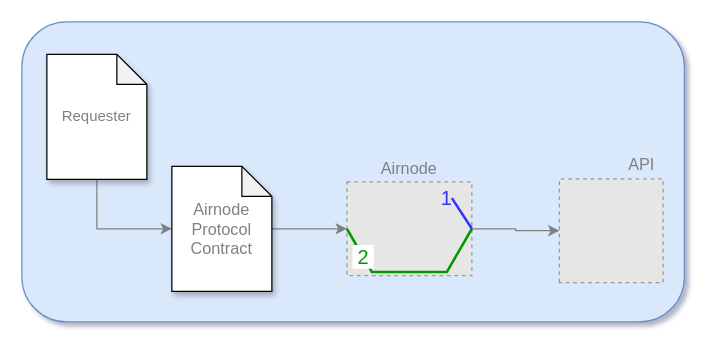
This is docs/reference/airnode/latest/assets/diagrams/security-schemes.drawio from api3dao/vitepress-docs, a draw.io file, before an edit. Source tidied: cells renumbered, new cells numbered last; positions are measured from the earlier drawing's top-left corner, leaving out a move shared by most shapes. Both pictures are drawn from the tidied source at 125%, with x=0, y=0 at pixel (21, 21). Pictures stored in the file or linked from it are replaced by grey dashed boxes.
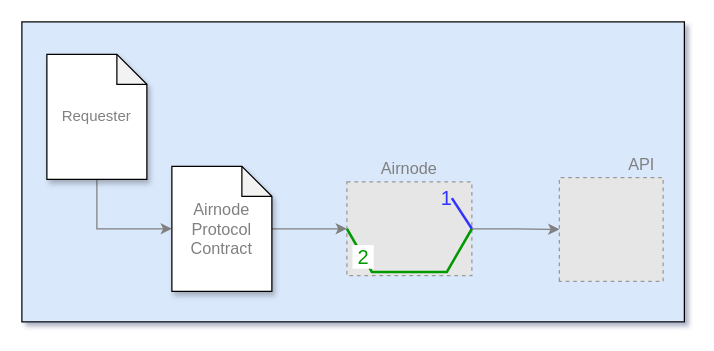
After the change.

What changed in the source:
```diff
@@
 <mxGraphModel shadow="1">
   <root>
     <mxCell id="0" />
     <mxCell id="1" parent="0" />
-    <mxCell id="2" style="rounded=1;whiteSpace=wrap;html=1;fillColor=#dae8fc;strokeColor=#6c8ebf;" parent="1" vertex="1">
+    <mxCell id="2" style="rounded=0;whiteSpace=wrap;html=1;fillColor=#dae8fc;strokeColor=default;shadow=0;" parent="1" vertex="1">
       <mxGeometry width="530" height="240" as="geometry" />
     </mxCell>
     <mxCell id="3" style="edgeStyle=orthogonalEdgeStyle;rounded=0;jettySize=auto;html=1;fontSize=13;fontColor=#808080;exitX=0.5;exitY=1;exitDx=0;exitDy=0;exitPerimeter=0;entryX=0;entryY=0.5;entryDx=0;entryDy=0;entryPerimeter=0;strokeWidth=1;strokeColor=#808080;" parent="1" edge="1" source="4" target="11">
       <mxGeometry relative="1" as="geometry" />
     </mxCell>
     <mxCell id="4" value="&lt;font color=&quot;#808080&quot;&gt;Requester&lt;/font&gt;" style="shape=note;whiteSpace=wrap;html=1;backgroundOutline=1;darkOpacity=0.05;shadow=1;size=24;" parent="1" vertex="1">
       <mxGeometry x="20" y="26" width="80" height="100" as="geometry" />
     </mxCell>
     <mxCell id="5" style="edgeStyle=orthogonalEdgeStyle;rounded=0;jettySize=auto;html=1;fontSize=13;fontColor=#808080;strokeColor=#808080;strokeWidth=1;startArrow=classic;startFill=1;endArrow=none;endFill=0;" parent="1" edge="1" source="7" target="11">
       <mxGeometry relative="1" as="geometry" />
     </mxCell>
     <mxCell id="6" style="edgeStyle=orthogonalEdgeStyle;rounded=0;jettySize=auto;html=1;fontSize=13;fontColor=#808080;strokeColor=#808080;strokeWidth=1;" parent="1" edge="1" source="7" target="9">
       <mxGeometry relative="1" as="geometry" />
     </mxCell>
     <mxCell id="7" style="fillColor=#E6E6E6;strokeColor=#999999;dashed=1;verticalLabelPosition=bottom;labelBackgroundColor=#ffffff;verticalAlign=top;" parent="1" vertex="1">
       <mxGeometry x="260" y="128" width="100" height="75" as="geometry" />
     </mxCell>
     <mxCell id="8" value="Airnode" style="text;html=1;strokeColor=none;fillColor=none;align=center;verticalAlign=middle;whiteSpace=wrap;rounded=0;fontSize=13;fontColor=#808080;" parent="1" vertex="1">
       <mxGeometry x="280" y="102" width="60" height="30" as="geometry" />
     </mxCell>
     <mxCell id="9" style="fillColor=#E6E6E6;strokeColor=#999999;dashed=1;verticalLabelPosition=bottom;labelBackgroundColor=none;verticalAlign=top;rotation=270;" parent="1" vertex="1">
-      <mxGeometry x="430" y="125.5" width="83" height="83" as="geometry" />
+      <mxGeometry x="430" y="124.5" width="83" height="83" as="geometry" />
     </mxCell>
     <mxCell id="10" value="API" style="text;html=1;strokeColor=none;fillColor=none;align=center;verticalAlign=middle;whiteSpace=wrap;rounded=0;fontSize=13;fontColor=#808080;" parent="1" vertex="1">
       <mxGeometry x="466" y="99" width="60" height="30" as="geometry" />
     </mxCell>
     <mxCell id="11" value="Airnode&lt;br&gt;Protocol&lt;br&gt;Contract" style="shape=note;whiteSpace=wrap;html=1;backgroundOutline=1;darkOpacity=0.05;shadow=1;fontSize=13;fontColor=#808080;size=24;" parent="1" vertex="1">
       <mxGeometry x="120" y="115.5" width="80" height="100" as="geometry" />
     </mxCell>
     <mxCell id="12" style="endArrow=none;html=1;rounded=0;fontSize=13;fontColor=#808080;strokeColor=#009900;strokeWidth=2;exitX=0;exitY=0.5;exitDx=0;exitDy=0;entryX=1;entryY=0.5;entryDx=0;entryDy=0;" parent="1" edge="1" source="7" target="7">
       <mxGeometry relative="1" as="geometry">
         <Array as="points">
           <mxPoint x="280" y="200" />
           <mxPoint x="340" y="200" />
         </Array>
       </mxGeometry>
     </mxCell>
     <mxCell id="13" value="&lt;font color=&quot;#009900&quot;&gt;&amp;nbsp;2&amp;nbsp;&lt;/font&gt;" style="edgeLabel;html=1;align=center;verticalAlign=middle;fontSize=16;fontColor=#3333FF;" parent="12" vertex="1">
       <mxGeometry x="-0.64" relative="1" as="geometry" />
     </mxCell>
     <mxCell id="14" style="endArrow=none;html=1;rounded=0;fontSize=16;fontColor=#3333FF;strokeColor=#3333FF;strokeWidth=2;exitX=1;exitY=0.5;exitDx=0;exitDy=0;" parent="1" edge="1" source="7">
       <mxGeometry relative="1" as="geometry">
         <mxPoint x="344" y="141" as="targetPoint" />
       </mxGeometry>
     </mxCell>
     <mxCell id="15" value="1" style="text;html=1;strokeColor=none;fillColor=none;align=center;verticalAlign=middle;whiteSpace=wrap;rounded=0;shadow=1;fontSize=16;fontColor=#3333FF;" parent="1" vertex="1">
       <mxGeometry x="310" y="126" width="60" height="30" as="geometry" />
     </mxCell>
   </root>
 </mxGraphModel>
```
